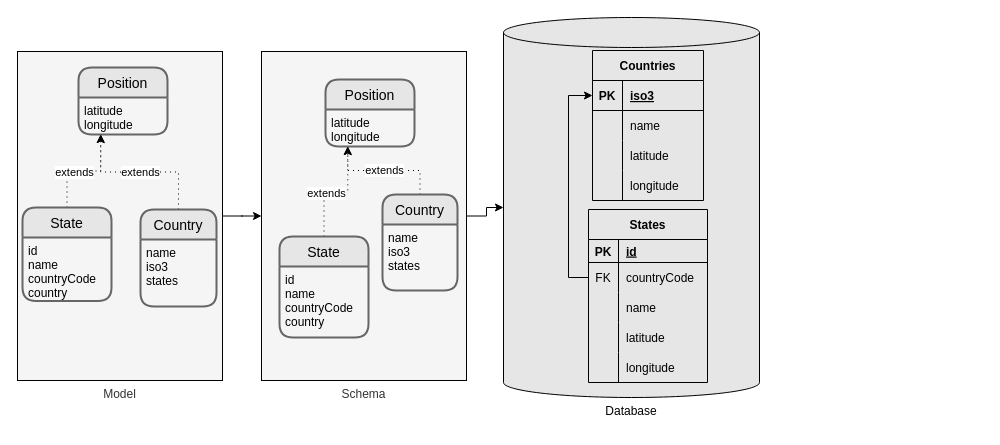
The draw.io diagram design/schema2.drawio in lambda-orm/lambdaorm, before the edit. Source tidied: cells renumbered, new cells numbered last; positions are measured from the earlier drawing's top-left corner, leaving out a move shared by most shapes. Both pictures are drawn from the tidied source at 100%, with x=0, y=0 at pixel (17, 17).
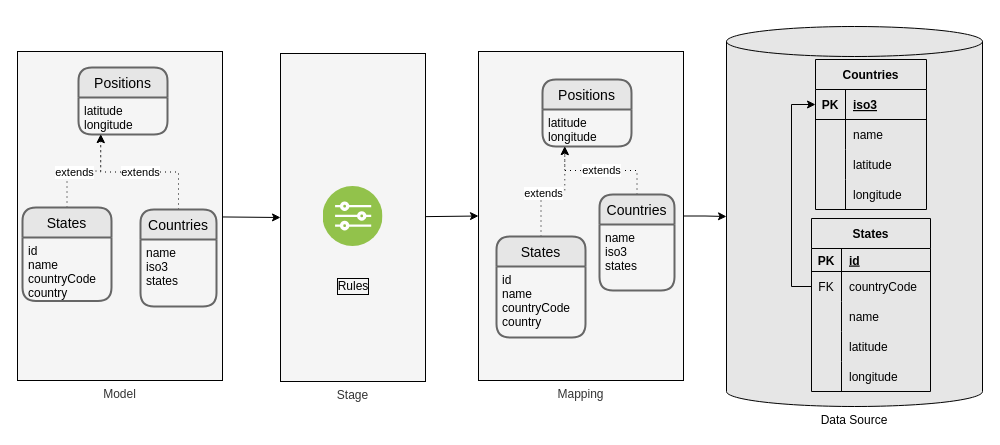
The same page after the edit.

The change refers to these unchanged cells:
```xml
<mxCell id="3" value="Model" style="rounded=0;whiteSpace=wrap;html=1;labelBackgroundColor=none;sketch=0;fillColor=#f5f5f5;fontColor=#333333;strokeColor=#000000;labelPosition=center;verticalLabelPosition=bottom;align=center;verticalAlign=top;" parent="1" vertex="1">
  <mxGeometry y="34" width="205" height="329" as="geometry" />
</mxCell>
```

What changed in the source:
```diff
@@
-    <mxCell id="2" style="edgeStyle=orthogonalEdgeStyle;rounded=0;jettySize=auto;html=1;entryX=0;entryY=0.5;entryDx=0;entryDy=0;labelBackgroundColor=#FFFFFF;fontColor=#000000;strokeColor=#000000;" parent="1" edge="1" source="3" target="45">
-      <mxGeometry relative="1" as="geometry" />
-    </mxCell>
+    <mxCell id="55" style="edgeStyle=none;html=1;entryX=0;entryY=0.5;entryDx=0;entryDy=0;strokeColor=#000000;" parent="1" edge="1" source="3" target="57">
+      <mxGeometry relative="1" as="geometry" />
+    </mxCell>
@@
-    <mxCell id="4" value="Database" style="shape=cylinder3;whiteSpace=wrap;html=1;boundedLbl=1;backgroundOutline=1;size=15;fillColor=#E6E6E6;strokeColor=#000000;labelPosition=center;verticalLabelPosition=bottom;align=center;verticalAlign=top;fontColor=#000000;" parent="1" vertex="1">
-      <mxGeometry x="486" width="256" height="380" as="geometry" />
+    <mxCell id="4" value="Data Source" style="shape=cylinder3;whiteSpace=wrap;html=1;boundedLbl=1;backgroundOutline=1;size=15;fillColor=#E6E6E6;strokeColor=#000000;labelPosition=center;verticalLabelPosition=bottom;align=center;verticalAlign=top;fontColor=#000000;" parent="1" vertex="1">
+      <mxGeometry x="709" y="9" width="256" height="380" as="geometry" />
     </mxCell>
-    <mxCell id="5" value="Position" style="swimlane;horizontal=1;startSize=30;rounded=1;fontSize=14;fontStyle=0;strokeWidth=2;shadow=0;dashed=0;align=center;fontColor=#000000;fillColor=#E6E6E6;strokeColor=#666666;" parent="1" vertex="1">
+    <mxCell id="5" value="Positions" style="swimlane;horizontal=1;startSize=30;rounded=1;fontSize=14;fontStyle=0;strokeWidth=2;shadow=0;dashed=0;align=center;fontColor=#000000;fillColor=#E6E6E6;strokeColor=#666666;" parent="1" vertex="1">
       <mxGeometry x="61" y="50" width="89" height="67" as="geometry" />
     </mxCell>
@@
-    <mxCell id="9" value="State" style="swimlane;horizontal=1;startSize=30;rounded=1;fontSize=14;fontStyle=0;strokeWidth=2;shadow=0;dashed=0;align=center;fontColor=#000000;fillColor=#E6E6E6;strokeColor=#666666;" parent="1" vertex="1">
+    <mxCell id="9" value="States" style="swimlane;horizontal=1;startSize=30;rounded=1;fontSize=14;fontStyle=0;strokeWidth=2;shadow=0;dashed=0;align=center;fontColor=#000000;fillColor=#E6E6E6;strokeColor=#666666;" parent="1" vertex="1">
       <mxGeometry x="5" y="190" width="89" height="93.5" as="geometry" />
     </mxCell>
@@
     <mxCell id="11" value="Countries" style="shape=table;startSize=30;childLayout=tableLayout;rowLines=0;fontStyle=1;align=center;fontColor=#000000;strokeColor=#000000;fillColor=#E6E6E6;" parent="1" vertex="1">
-      <mxGeometry x="575" y="33" width="111" height="150" as="geometry" />
+      <mxGeometry x="798" y="42" width="111" height="150" as="geometry" />
     </mxCell>
@@
     <mxCell id="25" value="States" style="shape=table;startSize=30;childLayout=tableLayout;rowLines=0;fontStyle=1;align=center;fontColor=#000000;strokeColor=#000000;fillColor=#E6E6E6;" parent="1" vertex="1">
-      <mxGeometry x="571" y="192" width="119" height="173" as="geometry" />
+      <mxGeometry x="794" y="201" width="119" height="173" as="geometry" />
     </mxCell>
@@
-    <mxCell id="42" value="Country" style="swimlane;horizontal=1;startSize=30;rounded=1;fontSize=14;fontStyle=0;strokeWidth=2;shadow=0;dashed=0;align=center;fontColor=#000000;fillColor=#E6E6E6;strokeColor=#666666;" parent="1" vertex="1">
+    <mxCell id="42" value="Countries" style="swimlane;horizontal=1;startSize=30;rounded=1;fontSize=14;fontStyle=0;strokeWidth=2;shadow=0;dashed=0;align=center;fontColor=#000000;fillColor=#E6E6E6;strokeColor=#666666;" parent="1" vertex="1">
       <mxGeometry x="123" y="192" width="76" height="97" as="geometry" />
     </mxCell>
@@
-    <mxCell id="45" value="Schema" style="rounded=0;whiteSpace=wrap;html=1;labelBackgroundColor=none;sketch=0;fillColor=#f5f5f5;fontColor=#333333;strokeColor=#000000;labelPosition=center;verticalLabelPosition=bottom;align=center;verticalAlign=top;" parent="1" vertex="1">
-      <mxGeometry x="244" y="34" width="205" height="329" as="geometry" />
+    <mxCell id="45" value="Mapping" style="rounded=0;whiteSpace=wrap;html=1;labelBackgroundColor=none;sketch=0;fillColor=#f5f5f5;fontColor=#333333;strokeColor=#000000;labelPosition=center;verticalLabelPosition=bottom;align=center;verticalAlign=top;" parent="1" vertex="1">
+      <mxGeometry x="461" y="34" width="205" height="329" as="geometry" />
     </mxCell>
-    <mxCell id="46" value="Position" style="swimlane;horizontal=1;startSize=30;rounded=1;fontSize=14;fontStyle=0;strokeWidth=2;shadow=0;dashed=0;align=center;fontColor=#000000;fillColor=#E6E6E6;strokeColor=#666666;" parent="1" vertex="1">
-      <mxGeometry x="308" y="62" width="89" height="67" as="geometry" />
+    <mxCell id="46" value="Positions" style="swimlane;horizontal=1;startSize=30;rounded=1;fontSize=14;fontStyle=0;strokeWidth=2;shadow=0;dashed=0;align=center;fontColor=#000000;fillColor=#E6E6E6;strokeColor=#666666;" parent="1" vertex="1">
+      <mxGeometry x="525" y="62" width="89" height="67" as="geometry" />
     </mxCell>
@@
-    <mxCell id="50" value="State" style="swimlane;horizontal=1;startSize=30;rounded=1;fontSize=14;fontStyle=0;strokeWidth=2;shadow=0;dashed=0;align=center;fontColor=#000000;fillColor=#E6E6E6;strokeColor=#666666;" parent="1" vertex="1">
-      <mxGeometry x="262" y="219" width="89" height="101" as="geometry" />
+    <mxCell id="50" value="States" style="swimlane;horizontal=1;startSize=30;rounded=1;fontSize=14;fontStyle=0;strokeWidth=2;shadow=0;dashed=0;align=center;fontColor=#000000;fillColor=#E6E6E6;strokeColor=#666666;" parent="1" vertex="1">
+      <mxGeometry x="479" y="219" width="89" height="101" as="geometry" />
     </mxCell>
@@
-    <mxCell id="53" value="Country" style="swimlane;horizontal=1;startSize=30;rounded=1;fontSize=14;fontStyle=0;strokeWidth=2;shadow=0;dashed=0;align=center;fontColor=#000000;fillColor=#E6E6E6;strokeColor=#666666;" parent="1" vertex="1">
-      <mxGeometry x="365" y="177" width="75" height="96" as="geometry" />
+    <mxCell id="53" value="Countries" style="swimlane;horizontal=1;startSize=30;rounded=1;fontSize=14;fontStyle=0;strokeWidth=2;shadow=0;dashed=0;align=center;fontColor=#000000;fillColor=#E6E6E6;strokeColor=#666666;" parent="1" vertex="1">
+      <mxGeometry x="582" y="177" width="75" height="96" as="geometry" />
     </mxCell>
@@
+    <mxCell id="56" style="edgeStyle=none;html=1;entryX=0;entryY=0.5;entryDx=0;entryDy=0;strokeColor=#000000;" parent="1" edge="1" source="57" target="45">
+      <mxGeometry relative="1" as="geometry" />
+    </mxCell>
+    <mxCell id="57" value="Stage" style="rounded=0;whiteSpace=wrap;html=1;labelBackgroundColor=none;sketch=0;fillColor=#f5f5f5;fontColor=#333333;strokeColor=#000000;labelPosition=center;verticalLabelPosition=bottom;align=center;verticalAlign=top;" parent="1" vertex="1">
+      <mxGeometry x="263" y="36" width="145" height="328" as="geometry" />
+    </mxCell>
+    <mxCell id="58" style="perimeter=ellipsePerimeter;html=1;align=center;shadow=0;dashed=0;fontColor=#4277BB;labelBackgroundColor=#ffffff;fontSize=12;spacingTop=3;image;image=img/lib/ibm/vpc/Rules.svg;labelBorderColor=default;" parent="1" vertex="1">
+      <mxGeometry x="305.5" y="169" width="60" height="60" as="geometry" />
+    </mxCell>
+    <mxCell id="59" value="Rules" style="text;html=1;strokeColor=none;fillColor=none;align=center;verticalAlign=middle;whiteSpace=wrap;rounded=0;labelBackgroundColor=none;labelBorderColor=default;fontColor=#000000;" parent="1" vertex="1">
+      <mxGeometry x="305.5" y="253.5" width="60" height="30" as="geometry" />
+    </mxCell>
```
